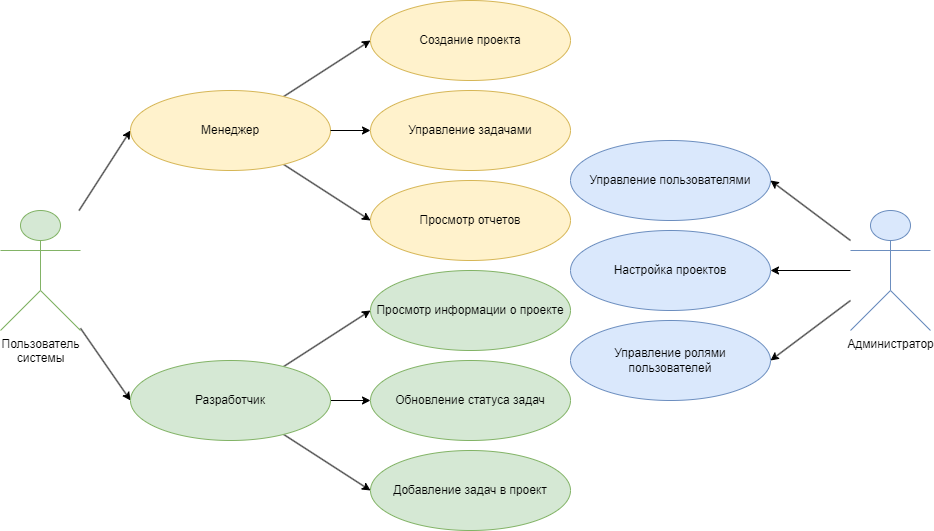
Earlier version of the draw.io export misc/Диаграммы/Use Case.drawio.png (Kristinycheremych/eremenko-graduateproject). Source tidied: cells renumbered, new cells last; positions are measured from the earlier drawing's top-left corner, leaving out a move shared by most shapes.
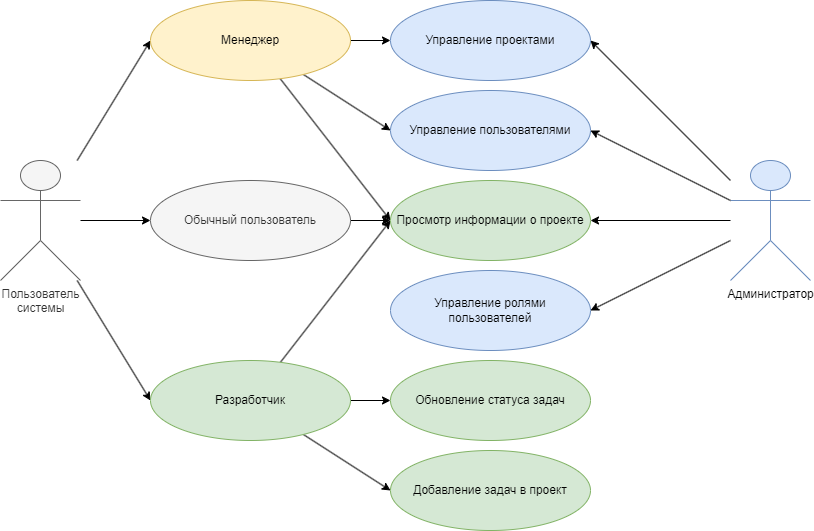
After the change.

The edit, as a diff of the source:
```diff
@@ -2,77 +2,80 @@
   <root>
     <mxCell id="0" />
     <mxCell id="1" parent="0" />
-    <mxCell id="2" style="rounded=0;jettySize=auto;html=1;entryX=1;entryY=0.5;entryDx=0;entryDy=0;" parent="1" edge="1" source="4" target="6">
+    <mxCell id="2" style="rounded=0;jettySize=auto;html=1;entryX=1;entryY=0.5;entryDx=0;entryDy=0;" parent="1" edge="1" source="5" target="7">
       <mxGeometry relative="1" as="geometry" />
     </mxCell>
-    <mxCell id="3" style="rounded=0;jettySize=auto;html=1;entryX=1;entryY=0.5;entryDx=0;entryDy=0;" parent="1" edge="1" source="4" target="24">
+    <mxCell id="3" style="rounded=0;jettySize=auto;html=1;entryX=1;entryY=0.5;entryDx=0;entryDy=0;" parent="1" edge="1" source="5" target="23">
       <mxGeometry relative="1" as="geometry" />
     </mxCell>
-    <mxCell id="4" value="Администратор " style="shape=umlActor;verticalLabelPosition=bottom;verticalAlign=top;html=1;outlineConnect=0;fillColor=#dae8fc;strokeColor=#6c8ebf;" parent="1" vertex="1">
-      <mxGeometry x="850" y="210" width="80" height="120" as="geometry" />
+    <mxCell id="4" style="rounded=0;jettySize=auto;html=1;entryX=1;entryY=0.5;entryDx=0;entryDy=0;" parent="1" edge="1" source="5" target="20">
+      <mxGeometry relative="1" as="geometry" />
     </mxCell>
-    <mxCell id="5" value="Управление пользователями" style="ellipse;whiteSpace=wrap;html=1;fillColor=#dae8fc;strokeColor=#6c8ebf;" parent="1" vertex="1">
-      <mxGeometry x="570" y="140" width="200" height="80" as="geometry" />
+    <mxCell id="5" value="Администратор " style="shape=umlActor;verticalLabelPosition=bottom;verticalAlign=top;html=1;outlineConnect=0;fillColor=#dae8fc;strokeColor=#6c8ebf;" parent="1" vertex="1">
+      <mxGeometry x="710" y="160" width="80" height="120" as="geometry" />
     </mxCell>
-    <mxCell id="6" value="Настройка проектов" style="ellipse;whiteSpace=wrap;html=1;fillColor=#dae8fc;strokeColor=#6c8ebf;" parent="1" vertex="1">
-      <mxGeometry x="570" y="230" width="200" height="80" as="geometry" />
+    <mxCell id="6" value="Управление пользователями" style="ellipse;whiteSpace=wrap;html=1;fillColor=#dae8fc;strokeColor=#6c8ebf;" parent="1" vertex="1">
+      <mxGeometry x="370" y="90" width="200" height="80" as="geometry" />
     </mxCell>
-    <mxCell id="7" style="rounded=0;jettySize=auto;html=1;entryX=0;entryY=0.5;entryDx=0;entryDy=0;" parent="1" edge="1" source="9" target="12">
-      <mxGeometry relative="1" as="geometry" />
+    <mxCell id="7" value="Управление проектами" style="ellipse;whiteSpace=wrap;html=1;fillColor=#dae8fc;strokeColor=#6c8ebf;" parent="1" vertex="1">
+      <mxGeometry x="370" width="200" height="80" as="geometry" />
     </mxCell>
-    <mxCell id="8" style="rounded=0;jettySize=auto;html=1;entryX=0;entryY=0.5;entryDx=0;entryDy=0;" parent="1" edge="1" source="9" target="16">
+    <mxCell id="8" style="rounded=0;jettySize=auto;html=1;entryX=0;entryY=0.5;entryDx=0;entryDy=0;" parent="1" edge="1" source="11" target="15">
       <mxGeometry relative="1" as="geometry" />
     </mxCell>
-    <mxCell id="9" value="Пользователь &lt;br&gt;системы" style="shape=umlActor;verticalLabelPosition=bottom;verticalAlign=top;html=1;outlineConnect=0;fillColor=#d5e8d4;strokeColor=#82b366;" parent="1" vertex="1">
-      <mxGeometry y="210" width="80" height="120" as="geometry" />
+    <mxCell id="9" style="rounded=0;jettySize=auto;html=1;entryX=0;entryY=0.5;entryDx=0;entryDy=0;" parent="1" edge="1" source="11" target="19">
+      <mxGeometry relative="1" as="geometry" />
     </mxCell>
-    <mxCell id="10" style="rounded=0;jettySize=auto;html=1;entryX=0;entryY=0.5;entryDx=0;entryDy=0;" parent="1" edge="1" source="12" target="17">
+    <mxCell id="10" style="rounded=0;jettySize=auto;html=1;entryX=0;entryY=0.5;entryDx=0;entryDy=0;" parent="1" edge="1" source="11" target="26">
       <mxGeometry relative="1" as="geometry" />
     </mxCell>
-    <mxCell id="11" style="rounded=0;jettySize=auto;html=1;entryX=0;entryY=0.5;entryDx=0;entryDy=0;" parent="1" edge="1" source="12" target="19">
-      <mxGeometry relative="1" as="geometry" />
+    <mxCell id="11" value="Пользователь &lt;br&gt;системы" style="shape=umlActor;verticalLabelPosition=bottom;verticalAlign=top;html=1;outlineConnect=0;fillColor=#f5f5f5;fontColor=#333333;strokeColor=#666666;" parent="1" vertex="1">
+      <mxGeometry x="-20" y="160" width="80" height="120" as="geometry" />
     </mxCell>
-    <mxCell id="12" value="Менеджер " style="ellipse;whiteSpace=wrap;html=1;fillColor=#fff2cc;strokeColor=#d6b656;" parent="1" vertex="1">
-      <mxGeometry x="130" y="90" width="200" height="80" as="geometry" />
+    <mxCell id="12" style="rounded=0;jettySize=auto;html=1;entryX=0;entryY=0.5;entryDx=0;entryDy=0;" parent="1" edge="1" source="15" target="7">
+      <mxGeometry relative="1" as="geometry" />
     </mxCell>
-    <mxCell id="13" style="rounded=0;jettySize=auto;html=1;entryX=0;entryY=0.5;entryDx=0;entryDy=0;" parent="1" edge="1" source="16" target="21">
+    <mxCell id="13" style="rounded=0;jettySize=auto;html=1;entryX=0;entryY=0.5;entryDx=0;entryDy=0;" parent="1" edge="1" source="15" target="20">
       <mxGeometry relative="1" as="geometry" />
     </mxCell>
-    <mxCell id="14" style="rounded=0;jettySize=auto;html=1;" parent="1" edge="1" source="16" target="22">
+    <mxCell id="14" style="rounded=0;jettySize=auto;html=1;entryX=0;entryY=0.5;entryDx=0;entryDy=0;" parent="1" edge="1" source="15" target="6">
       <mxGeometry relative="1" as="geometry" />
     </mxCell>
-    <mxCell id="15" style="rounded=0;jettySize=auto;html=1;entryX=0;entryY=0.5;entryDx=0;entryDy=0;" parent="1" edge="1" source="16" target="25">
-      <mxGeometry relative="1" as="geometry" />
+    <mxCell id="15" value="Менеджер " style="ellipse;whiteSpace=wrap;html=1;fillColor=#fff2cc;strokeColor=#d6b656;" parent="1" vertex="1">
+      <mxGeometry x="130" width="200" height="80" as="geometry" />
     </mxCell>
-    <mxCell id="16" value="Разработчик" style="ellipse;whiteSpace=wrap;html=1;fillColor=#d5e8d4;strokeColor=#82b366;" parent="1" vertex="1">
-      <mxGeometry x="130" y="360" width="200" height="80" as="geometry" />
+    <mxCell id="16" style="rounded=0;jettySize=auto;html=1;entryX=0;entryY=0.5;entryDx=0;entryDy=0;" parent="1" edge="1" source="19" target="20">
+      <mxGeometry relative="1" as="geometry" />
     </mxCell>
-    <mxCell id="17" value="Создание проекта" style="ellipse;whiteSpace=wrap;html=1;fillColor=#fff2cc;strokeColor=#d6b656;" parent="1" vertex="1">
-      <mxGeometry x="370" width="200" height="80" as="geometry" />
+    <mxCell id="17" style="rounded=0;jettySize=auto;html=1;" parent="1" edge="1" source="19" target="21">
+      <mxGeometry relative="1" as="geometry" />
     </mxCell>
-    <mxCell id="18" value="Управление задачами" style="ellipse;whiteSpace=wrap;html=1;fillColor=#fff2cc;strokeColor=#d6b656;" parent="1" vertex="1">
-      <mxGeometry x="370" y="90" width="200" height="80" as="geometry" />
+    <mxCell id="18" style="rounded=0;jettySize=auto;html=1;entryX=0;entryY=0.5;entryDx=0;entryDy=0;" parent="1" edge="1" source="19" target="24">
+      <mxGeometry relative="1" as="geometry" />
     </mxCell>
-    <mxCell id="19" value="Просмотр отчетов" style="ellipse;whiteSpace=wrap;html=1;fillColor=#fff2cc;strokeColor=#d6b656;" parent="1" vertex="1">
-      <mxGeometry x="370" y="180" width="200" height="80" as="geometry" />
+    <mxCell id="19" value="Разработчик" style="ellipse;whiteSpace=wrap;html=1;fillColor=#d5e8d4;strokeColor=#82b366;" parent="1" vertex="1">
+      <mxGeometry x="130" y="360" width="200" height="80" as="geometry" />
     </mxCell>
-    <mxCell id="20" style="rounded=0;jettySize=auto;html=1;entryX=0;entryY=0.5;entryDx=0;entryDy=0;" parent="1" edge="1" source="12" target="18">
-      <mxGeometry relative="1" as="geometry" />
+    <mxCell id="20" value="Просмотр информации о проекте" style="ellipse;whiteSpace=wrap;html=1;fillColor=#d5e8d4;strokeColor=#82b366;" parent="1" vertex="1">
+      <mxGeometry x="370" y="180" width="200" height="80" as="geometry" />
     </mxCell>
-    <mxCell id="21" value="Просмотр информации о проекте" style="ellipse;whiteSpace=wrap;html=1;fillColor=#d5e8d4;strokeColor=#82b366;" parent="1" vertex="1">
-      <mxGeometry x="370" y="270" width="200" height="80" as="geometry" />
+    <mxCell id="21" value="Обновление статуса задач" style="ellipse;whiteSpace=wrap;html=1;fillColor=#d5e8d4;strokeColor=#82b366;" parent="1" vertex="1">
+      <mxGeometry x="370" y="360" width="200" height="80" as="geometry" />
     </mxCell>
-    <mxCell id="22" value="Обновление статуса задач" style="ellipse;whiteSpace=wrap;html=1;fillColor=#d5e8d4;strokeColor=#82b366;" parent="1" vertex="1">
-      <mxGeometry x="370" y="360" width="200" height="80" as="geometry" />
+    <mxCell id="22" style="rounded=0;jettySize=auto;html=1;entryX=1;entryY=0.5;entryDx=0;entryDy=0;" parent="1" edge="1" source="5" target="6">
+      <mxGeometry relative="1" as="geometry" />
     </mxCell>
-    <mxCell id="23" style="rounded=0;jettySize=auto;html=1;entryX=1;entryY=0.5;entryDx=0;entryDy=0;" parent="1" edge="1" source="4" target="5">
-      <mxGeometry relative="1" as="geometry" />
+    <mxCell id="23" value="Управление ролями &lt;br&gt;пользователей" style="ellipse;whiteSpace=wrap;html=1;fillColor=#dae8fc;strokeColor=#6c8ebf;" parent="1" vertex="1">
+      <mxGeometry x="370" y="270" width="200" height="80" as="geometry" />
     </mxCell>
-    <mxCell id="24" value="Управление ролями &lt;br&gt;пользователей" style="ellipse;whiteSpace=wrap;html=1;fillColor=#dae8fc;strokeColor=#6c8ebf;" parent="1" vertex="1">
-      <mxGeometry x="570" y="320" width="200" height="80" as="geometry" />
+    <mxCell id="24" value="Добавление задач в проект" style="ellipse;whiteSpace=wrap;html=1;fillColor=#d5e8d4;strokeColor=#82b366;" parent="1" vertex="1">
+      <mxGeometry x="370" y="450" width="200" height="80" as="geometry" />
     </mxCell>
-    <mxCell id="25" value="Добавление задач в проект" style="ellipse;whiteSpace=wrap;html=1;fillColor=#d5e8d4;strokeColor=#82b366;" parent="1" vertex="1">
-      <mxGeometry x="370" y="450" width="200" height="80" as="geometry" />
+    <mxCell id="25" style="rounded=0;jettySize=auto;html=1;entryX=0;entryY=0.5;entryDx=0;entryDy=0;" parent="1" edge="1" source="26" target="20">
+      <mxGeometry relative="1" as="geometry" />
     </mxCell>
+    <mxCell id="26" value="Обычный пользователь" style="ellipse;whiteSpace=wrap;html=1;fillColor=#f5f5f5;fontColor=#333333;strokeColor=#666666;" parent="1" vertex="1">
+      <mxGeometry x="130" y="180" width="200" height="80" as="geometry" />
+    </mxCell>
   </root>
 </mxGraphModel>
```
